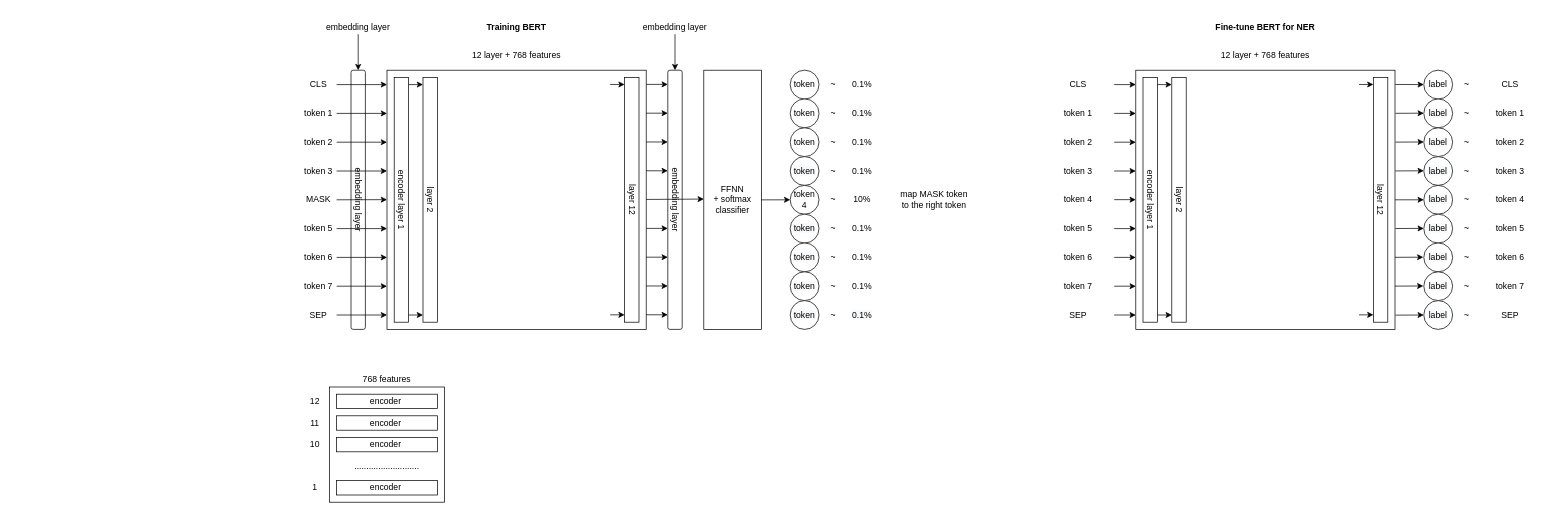
This is BERT model detail.drawio from Avi197/ner, a draw.io file, before an edit. Source tidied: cells renumbered, new cells numbered last; positions are measured from the earlier drawing's top-left corner, leaving out a move shared by most shapes. Both pictures are drawn from the tidied source at 72%, with x=0, y=0 at pixel (300, 12).
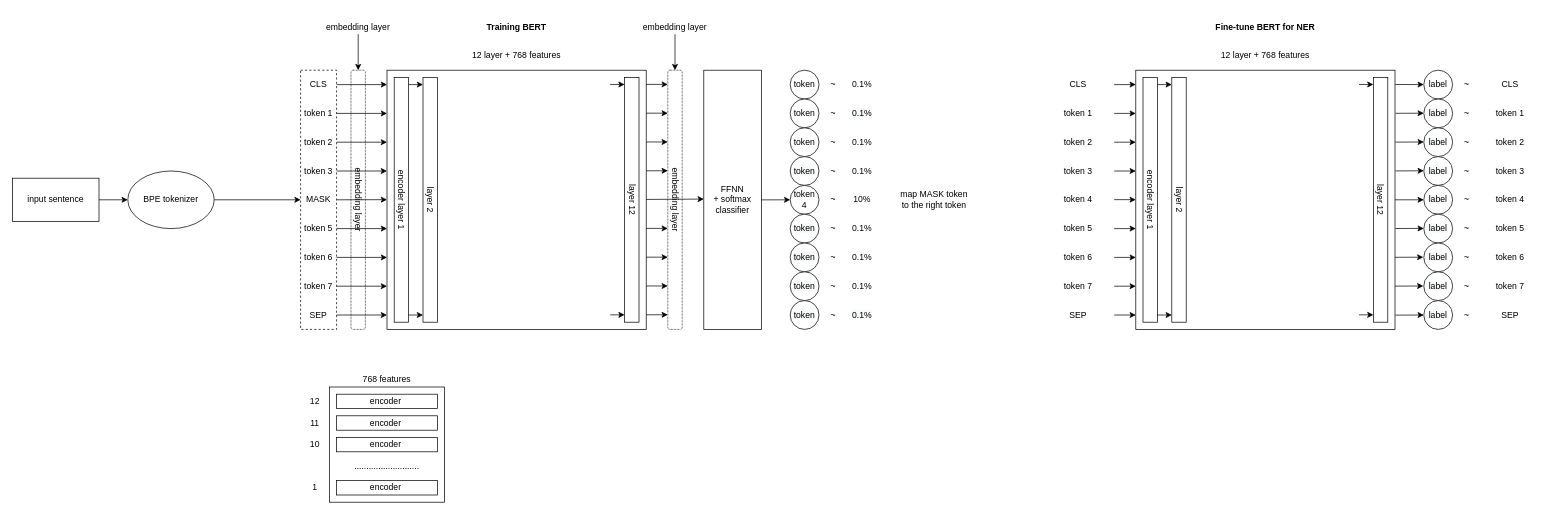
The same diagram, later.

Change to the diagram source:
```diff
@@
-    <mxCell id="148" style="rounded=1;whiteSpace=wrap;html=1;glass=0;fillColor=none;" parent="1" vertex="1">
+    <mxCell id="148" style="rounded=1;whiteSpace=wrap;html=1;glass=0;fillColor=none;dashed=1;dashPattern=1 1;" parent="1" vertex="1">
       <mxGeometry x="70" y="80" width="20" height="360" as="geometry" />
     </mxCell>
@@
-    <mxCell id="152" style="rounded=1;whiteSpace=wrap;html=1;glass=0;fillColor=none;" parent="1" vertex="1">
+    <mxCell id="152" style="rounded=1;whiteSpace=wrap;html=1;glass=0;fillColor=none;dashed=1;dashPattern=1 1;" parent="1" vertex="1">
       <mxGeometry x="510" y="80" width="20" height="360" as="geometry" />
     </mxCell>
@@
+    <mxCell id="158" style="edgeStyle=orthogonalEdgeStyle;rounded=0;jettySize=auto;html=1;entryX=0;entryY=0.5;entryDx=0;entryDy=0;" parent="1" edge="1" source="159" target="161">
+      <mxGeometry relative="1" as="geometry" />
+    </mxCell>
+    <mxCell id="159" value="input sentence" style="rounded=0;whiteSpace=wrap;html=1;" parent="1" vertex="1">
+      <mxGeometry x="-400" y="230" width="120" height="60" as="geometry" />
+    </mxCell>
+    <mxCell id="160" style="edgeStyle=orthogonalEdgeStyle;rounded=0;jettySize=auto;html=1;exitX=1;exitY=0.5;exitDx=0;exitDy=0;" parent="1" edge="1" source="161" target="162">
+      <mxGeometry relative="1" as="geometry" />
+    </mxCell>
+    <mxCell id="161" value="BPE tokenizer" style="ellipse;whiteSpace=wrap;html=1;" parent="1" vertex="1">
+      <mxGeometry x="-240" y="220" width="120" height="80" as="geometry" />
+    </mxCell>
+    <mxCell id="162" style="rounded=0;whiteSpace=wrap;html=1;fillColor=none;dashed=1;" parent="1" vertex="1">
+      <mxGeometry y="80" width="50" height="360" as="geometry" />
+    </mxCell>
```
